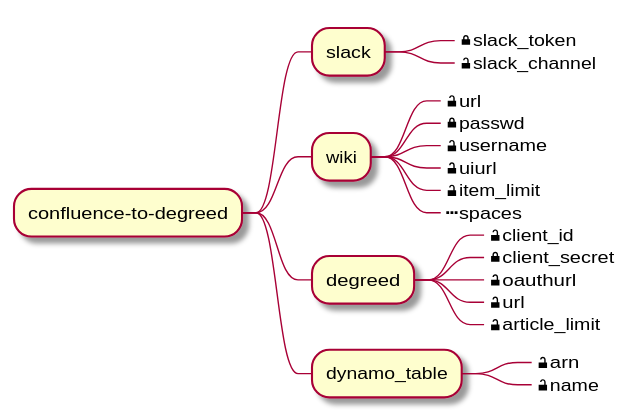
Before: images/params.svg, a diagram exported from PlantUML (stevelitras/confluence-to-degreed).
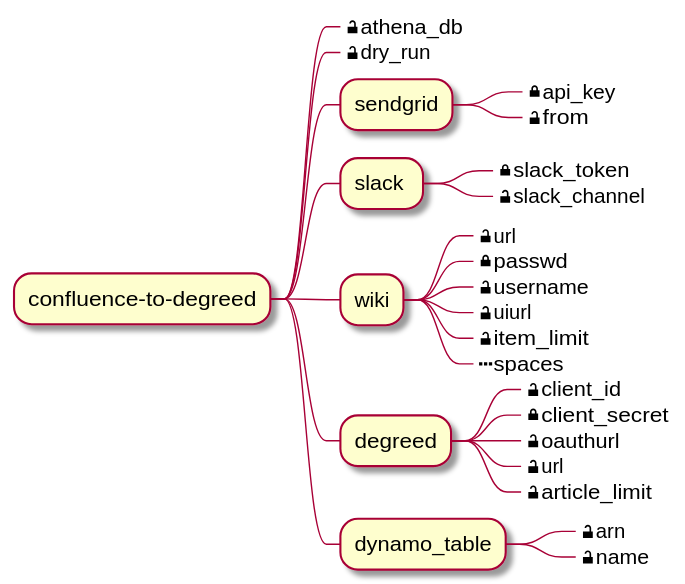
Above is the later version.

What changed in the source:
```diff
@@ -1,5 +1,10 @@
 @startmindmap
 * confluence-to-degreed
+**_ <&lock-unlocked>athena_db
+**_ <&lock-unlocked>dry_run
+** sendgrid
+***_ <&lock-locked>api_key
+***_ <&lock-unlocked>from
 ** slack
 ***_ <&lock-locked>slack_token
 ***_ <&lock-unlocked>slack_channel
```
